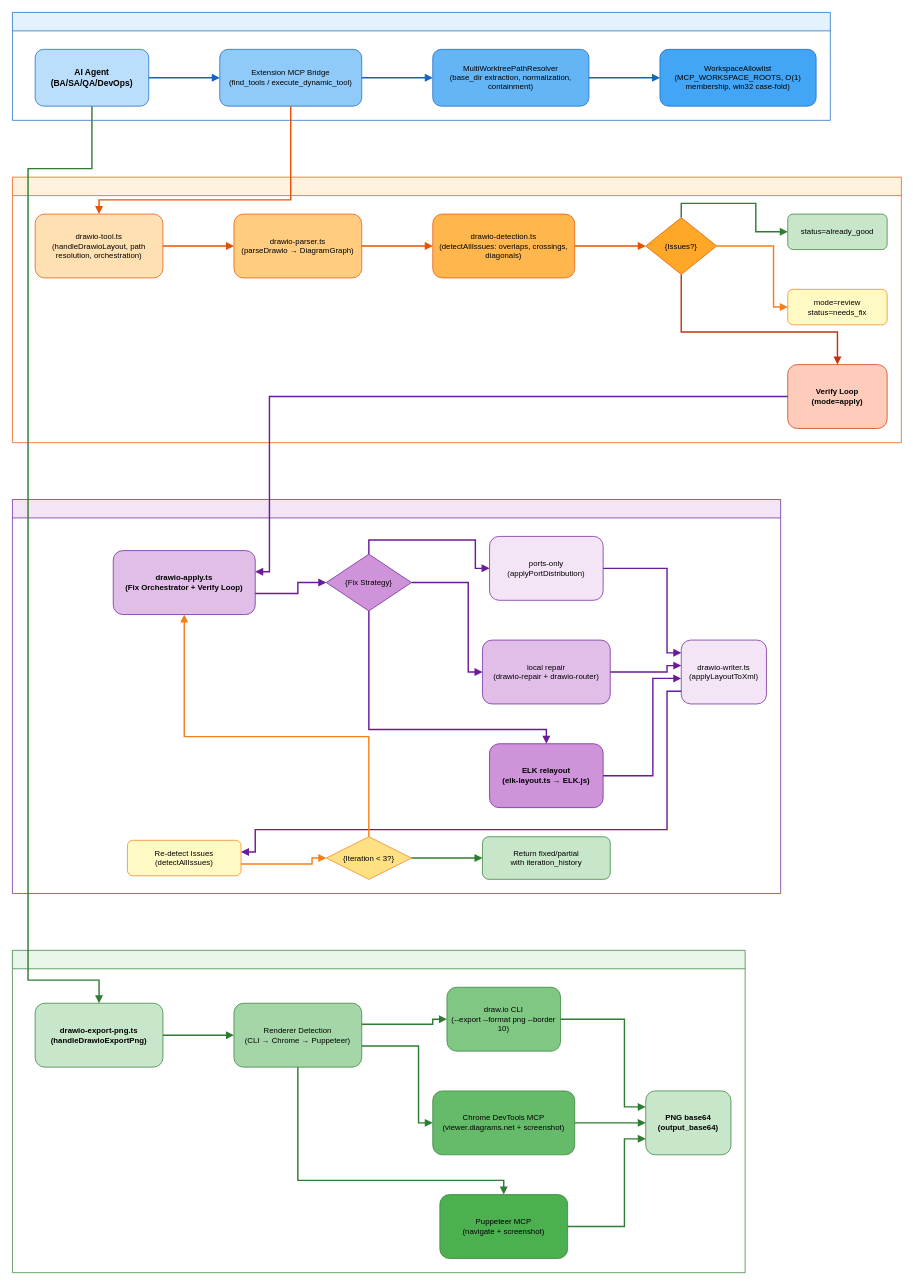
Above: documents/SA4E-406/diagrams/architecture.drawio in dnguyenminh/SDLC-Agents-4-Enteprise (draw.io), before the change. Source tidied: cells renumbered, new cells numbered last; positions are measured from the earlier drawing's top-left corner, leaving out a move shared by most shapes. Both pictures are drawn from the tidied source at 71%, with x=0, y=0 at pixel (12, 12).
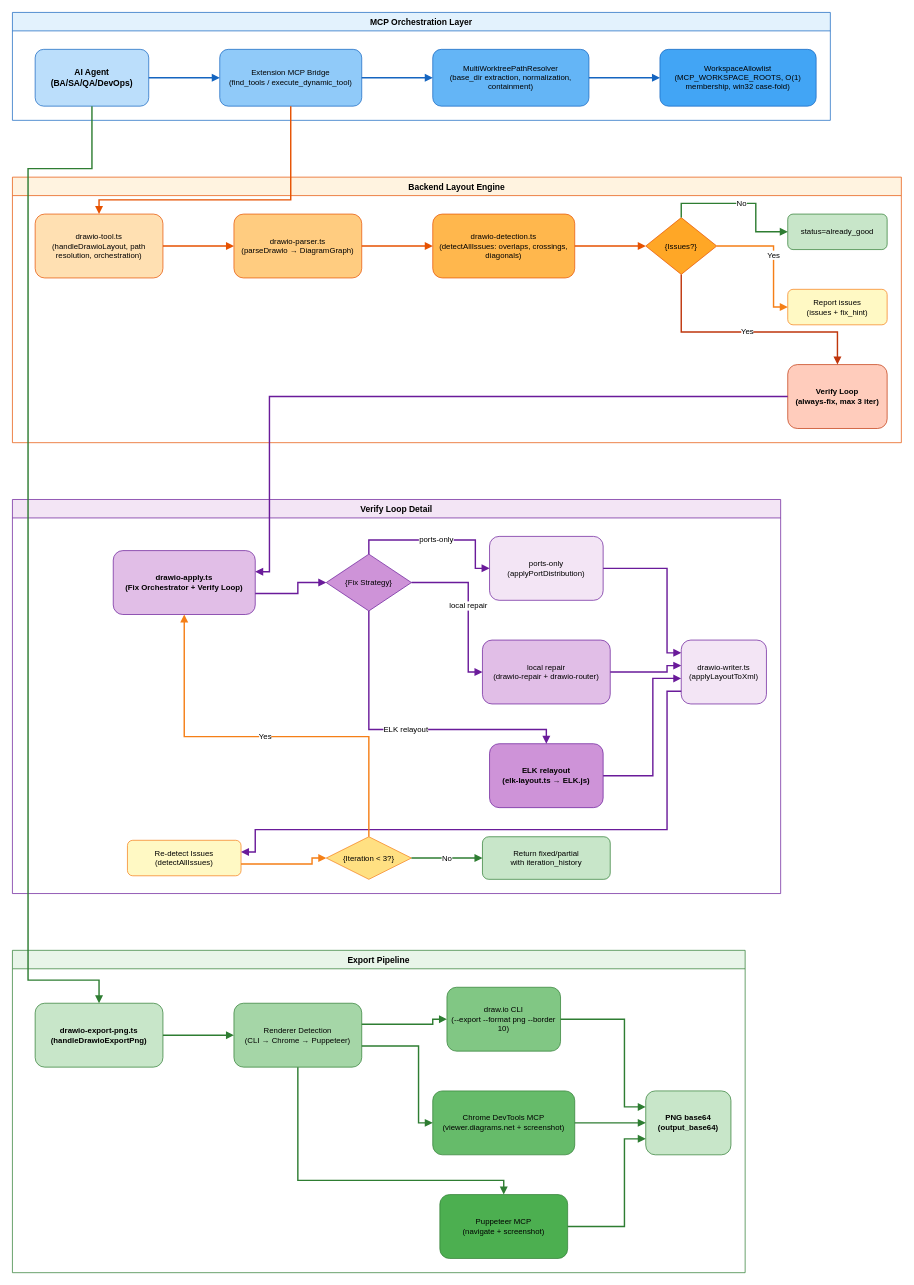
The same page after the edit.

Unchanged cells that the change refers to:
```xml
<mxCell id="14" value="{Issues?}" style="rhombus;whiteSpace=wrap;html=1;fillColor=#ffa726;strokeColor=#e65100;fontSize=11;" parent="10" vertex="1">
  <mxGeometry x="892" y="57" width="100" height="80" as="geometry" />
</mxCell>
<mxCell id="15" value="status=already_good" style="rounded=1;whiteSpace=wrap;html=1;fillColor=#c8e6c9;strokeColor=#2e7d32;fontSize=11;" parent="10" vertex="1">
  <mxGeometry x="1092" y="52" width="140" height="50" as="geometry" />
</mxCell>
<mxCell id="26" value="drawio-apply.ts&#10;(Fix Orchestrator + Verify Loop)" style="rounded=1;whiteSpace=wrap;html=1;fillColor=#e1bee7;strokeColor=#6a1b9a;fontSize=11;fontStyle=1;" parent="25" vertex="1">
  <mxGeometry x="142" y="72" width="200" height="90" as="geometry" />
</mxCell>
<mxCell id="27" value="{Fix Strategy}" style="rhombus;whiteSpace=wrap;html=1;fillColor=#ce93d8;strokeColor=#6a1b9a;fontSize=11;" parent="25" vertex="1">
  <mxGeometry x="442" y="77" width="120" height="80" as="geometry" />
</mxCell>
<mxCell id="28" value="ports-only&#10;(applyPortDistribution)" style="rounded=1;whiteSpace=wrap;html=1;fillColor=#f3e5f5;strokeColor=#6a1b9a;fontSize=11;" parent="25" vertex="1">
  <mxGeometry x="672" y="52" width="160" height="90" as="geometry" />
</mxCell>
<mxCell id="29" value="local repair&#10;(drawio-repair + drawio-router)" style="rounded=1;whiteSpace=wrap;html=1;fillColor=#e1bee7;strokeColor=#6a1b9a;fontSize=11;" parent="25" vertex="1">
  <mxGeometry x="662" y="198" width="180" height="90" as="geometry" />
</mxCell>
<mxCell id="30" value="ELK relayout&#10;(elk-layout.ts → ELK.js)" style="rounded=1;whiteSpace=wrap;html=1;fillColor=#ce93d8;strokeColor=#6a1b9a;fontSize=11;fontStyle=1;" parent="25" vertex="1">
  <mxGeometry x="672" y="344" width="160" height="90" as="geometry" />
</mxCell>
<mxCell id="33" value="{Iteration &amp;lt; 3?}" style="rhombus;whiteSpace=wrap;html=1;fillColor=#ffe082;strokeColor=#f57f17;fontSize=11;" parent="25" vertex="1">
  <mxGeometry x="442" y="475" width="120" height="60" as="geometry" />
</mxCell>
<mxCell id="34" value="Return fixed/partial&#10;with iteration_history" style="rounded=1;whiteSpace=wrap;html=1;fillColor=#c8e6c9;strokeColor=#2e7d32;fontSize=11;" parent="25" vertex="1">
  <mxGeometry x="662" y="475" width="180" height="60" as="geometry" />
</mxCell>
```

Diff of the diagram source:
```diff
@@
-    <mxCell id="2" style="swimlane;fontStyle=1;horizontal=1;startSize=26;fillColor=#e3f2fd;strokeColor=#1565c0;" parent="1" vertex="1">
+    <mxCell id="2" value="MCP Orchestration Layer" style="swimlane;fontStyle=1;horizontal=1;startSize=26;fillColor=#e3f2fd;strokeColor=#1565c0;" parent="1" vertex="1">
       <mxGeometry width="1152" height="152" as="geometry" />
     </mxCell>
@@
-    <mxCell id="10" style="swimlane;fontStyle=1;horizontal=1;startSize=26;fillColor=#fff3e0;strokeColor=#e65100;" parent="1" vertex="1">
+    <mxCell id="10" value="Backend Layout Engine" style="swimlane;fontStyle=1;horizontal=1;startSize=26;fillColor=#fff3e0;strokeColor=#e65100;" parent="1" vertex="1">
       <mxGeometry y="232" width="1252" height="374" as="geometry" />
     </mxCell>
@@
-    <mxCell id="16" value="mode=review&#10;status=needs_fix" style="rounded=1;whiteSpace=wrap;html=1;fillColor=#fff9c4;strokeColor=#f57f17;fontSize=11;" parent="10" vertex="1">
+    <mxCell id="16" value="Report issues&#10;(issues + fix_hint)" style="rounded=1;whiteSpace=wrap;html=1;fillColor=#fff9c4;strokeColor=#f57f17;fontSize=11;" parent="10" vertex="1">
       <mxGeometry x="1092" y="158" width="140" height="50" as="geometry" />
     </mxCell>
-    <mxCell id="17" value="Verify Loop&#10;(mode=apply)" style="rounded=1;whiteSpace=wrap;html=1;fillColor=#ffccbc;strokeColor=#bf360c;fontSize=11;fontStyle=1;" parent="10" vertex="1">
+    <mxCell id="17" value="Verify Loop&#10;(always-fix, max 3 iter)" style="rounded=1;whiteSpace=wrap;html=1;fillColor=#ffccbc;strokeColor=#bf360c;fontSize=11;fontStyle=1;" parent="10" vertex="1">
       <mxGeometry x="1092" y="264" width="140" height="90" as="geometry" />
     </mxCell>
@@
-    <mxCell id="22" style="rounded=0;jettySize=auto;html=1;strokeColor=#2e7d32;strokeWidth=2;endArrow=block;edgeStyle=orthogonalEdgeStyle;curved=0;exitX=0.5;exitY=0;entryX=0;entryY=0.5;" parent="10" edge="1" source="14" target="15">
+    <mxCell id="22" value="No" style="rounded=0;jettySize=auto;html=1;strokeColor=#2e7d32;strokeWidth=2;endArrow=block;edgeStyle=orthogonalEdgeStyle;curved=0;exitX=0.5;exitY=0;entryX=0;entryY=0.5;" parent="10" edge="1" source="14" target="15">
       <mxGeometry relative="1" as="geometry">
         <Array as="points">
           <mxPoint x="942" y="37" />
           <mxPoint x="1047" y="37" />
           <mxPoint x="1047" y="77" />
         </Array>
       </mxGeometry>
     </mxCell>
-    <mxCell id="23" style="rounded=0;jettySize=auto;html=1;strokeColor=#f57f17;strokeWidth=2;endArrow=block;edgeStyle=orthogonalEdgeStyle;curved=0;exitX=1;exitY=0.5;entryX=0;entryY=0.5;" parent="10" edge="1" source="14" target="16">
+    <mxCell id="23" value="Yes" style="rounded=0;jettySize=auto;html=1;strokeColor=#f57f17;strokeWidth=2;endArrow=block;edgeStyle=orthogonalEdgeStyle;curved=0;exitX=1;exitY=0.5;entryX=0;entryY=0.5;" parent="10" edge="1" source="14" target="16">
       <mxGeometry relative="1" as="geometry">
         <Array as="points">
           <mxPoint x="1072" y="97" />
           <mxPoint x="1072" y="183" />
         </Array>
       </mxGeometry>
     </mxCell>
-    <mxCell id="24" style="rounded=0;jettySize=auto;html=1;strokeColor=#bf360c;strokeWidth=2;endArrow=block;edgeStyle=orthogonalEdgeStyle;curved=0;exitX=0.5;exitY=1;entryX=0.5;entryY=0;" parent="10" edge="1" source="14" target="17">
+    <mxCell id="24" value="Yes" style="rounded=0;jettySize=auto;html=1;strokeColor=#bf360c;strokeWidth=2;endArrow=block;edgeStyle=orthogonalEdgeStyle;curved=0;exitX=0.5;exitY=1;entryX=0.5;entryY=0;" parent="10" edge="1" source="14" target="17">
       <mxGeometry relative="1" as="geometry">
         <Array as="points">
           <mxPoint x="942" y="218" />
           <mxPoint x="1162" y="218" />
         </Array>
       </mxGeometry>
     </mxCell>
-    <mxCell id="25" style="swimlane;fontStyle=1;horizontal=1;startSize=26;fillColor=#f3e5f5;strokeColor=#6a1b9a;" parent="1" vertex="1">
+    <mxCell id="25" value="Verify Loop Detail" style="swimlane;fontStyle=1;horizontal=1;startSize=26;fillColor=#f3e5f5;strokeColor=#6a1b9a;" parent="1" vertex="1">
       <mxGeometry y="686" width="1082" height="555" as="geometry" />
     </mxCell>
@@
-    <mxCell id="37" style="rounded=0;jettySize=auto;html=1;strokeColor=#6a1b9a;strokeWidth=2;endArrow=block;edgeStyle=orthogonalEdgeStyle;curved=0;exitX=0.5;exitY=0;entryX=0;entryY=0.5;" parent="25" edge="1" source="27" target="28">
+    <mxCell id="37" value="ports-only" style="rounded=0;jettySize=auto;html=1;strokeColor=#6a1b9a;strokeWidth=2;endArrow=block;edgeStyle=orthogonalEdgeStyle;curved=0;exitX=0.5;exitY=0;entryX=0;entryY=0.5;" parent="25" edge="1" source="27" target="28">
       <mxGeometry relative="1" as="geometry">
         <Array as="points">
           <mxPoint x="502" y="57" />
           <mxPoint x="652" y="57" />
           <mxPoint x="652" y="97" />
         </Array>
       </mxGeometry>
     </mxCell>
-    <mxCell id="38" style="rounded=0;jettySize=auto;html=1;strokeColor=#6a1b9a;strokeWidth=2;endArrow=block;edgeStyle=orthogonalEdgeStyle;curved=0;exitX=1;exitY=0.5;entryX=0;entryY=0.5;" parent="25" edge="1" source="27" target="29">
+    <mxCell id="38" value="local repair" style="rounded=0;jettySize=auto;html=1;strokeColor=#6a1b9a;strokeWidth=2;endArrow=block;edgeStyle=orthogonalEdgeStyle;curved=0;exitX=1;exitY=0.5;entryX=0;entryY=0.5;" parent="25" edge="1" source="27" target="29">
       <mxGeometry relative="1" as="geometry">
         <Array as="points">
           <mxPoint x="642" y="117" />
           <mxPoint x="642" y="243" />
         </Array>
       </mxGeometry>
     </mxCell>
-    <mxCell id="39" style="rounded=0;jettySize=auto;html=1;strokeColor=#6a1b9a;strokeWidth=2;endArrow=block;edgeStyle=orthogonalEdgeStyle;curved=0;exitX=0.5;exitY=1;entryX=0.5;entryY=0;" parent="25" edge="1" source="27" target="30">
+    <mxCell id="39" value="ELK relayout" style="rounded=0;jettySize=auto;html=1;strokeColor=#6a1b9a;strokeWidth=2;endArrow=block;edgeStyle=orthogonalEdgeStyle;curved=0;exitX=0.5;exitY=1;entryX=0.5;entryY=0;" parent="25" edge="1" source="27" target="30">
       <mxGeometry relative="1" as="geometry">
         <Array as="points">
           <mxPoint x="502" y="324" />
           <mxPoint x="752" y="324" />
         </Array>
       </mxGeometry>
     </mxCell>
@@
-    <mxCell id="45" style="rounded=0;jettySize=auto;html=1;strokeColor=#2e7d32;strokeWidth=2;endArrow=block;edgeStyle=orthogonalEdgeStyle;curved=0;exitX=1;exitY=0.5;entryX=0;entryY=0.5;" parent="25" edge="1" source="33" target="34">
+    <mxCell id="45" value="No" style="rounded=0;jettySize=auto;html=1;strokeColor=#2e7d32;strokeWidth=2;endArrow=block;edgeStyle=orthogonalEdgeStyle;curved=0;exitX=1;exitY=0.5;entryX=0;entryY=0.5;" parent="25" edge="1" source="33" target="34">
       <mxGeometry relative="1" as="geometry" />
     </mxCell>
-    <mxCell id="46" style="rounded=0;jettySize=auto;html=1;strokeColor=#f57f17;strokeWidth=2;endArrow=block;edgeStyle=orthogonalEdgeStyle;curved=0;exitX=0.5;exitY=0;entryX=0.5;entryY=1;" parent="25" edge="1" source="33" target="26">
+    <mxCell id="46" value="Yes" style="rounded=0;jettySize=auto;html=1;strokeColor=#f57f17;strokeWidth=2;endArrow=block;edgeStyle=orthogonalEdgeStyle;curved=0;exitX=0.5;exitY=0;entryX=0.5;entryY=1;" parent="25" edge="1" source="33" target="26">
       <mxGeometry relative="1" as="geometry">
         <Array as="points">
           <mxPoint x="502" y="334" />
           <mxPoint x="242" y="334" />
         </Array>
       </mxGeometry>
     </mxCell>
-    <mxCell id="47" style="swimlane;fontStyle=1;horizontal=1;startSize=26;fillColor=#e8f5e9;strokeColor=#2e7d32;" parent="1" vertex="1">
+    <mxCell id="47" value="Export Pipeline" style="swimlane;fontStyle=1;horizontal=1;startSize=26;fillColor=#e8f5e9;strokeColor=#2e7d32;" parent="1" vertex="1">
       <mxGeometry y="1321" width="1032" height="454" as="geometry" />
     </mxCell>
```
